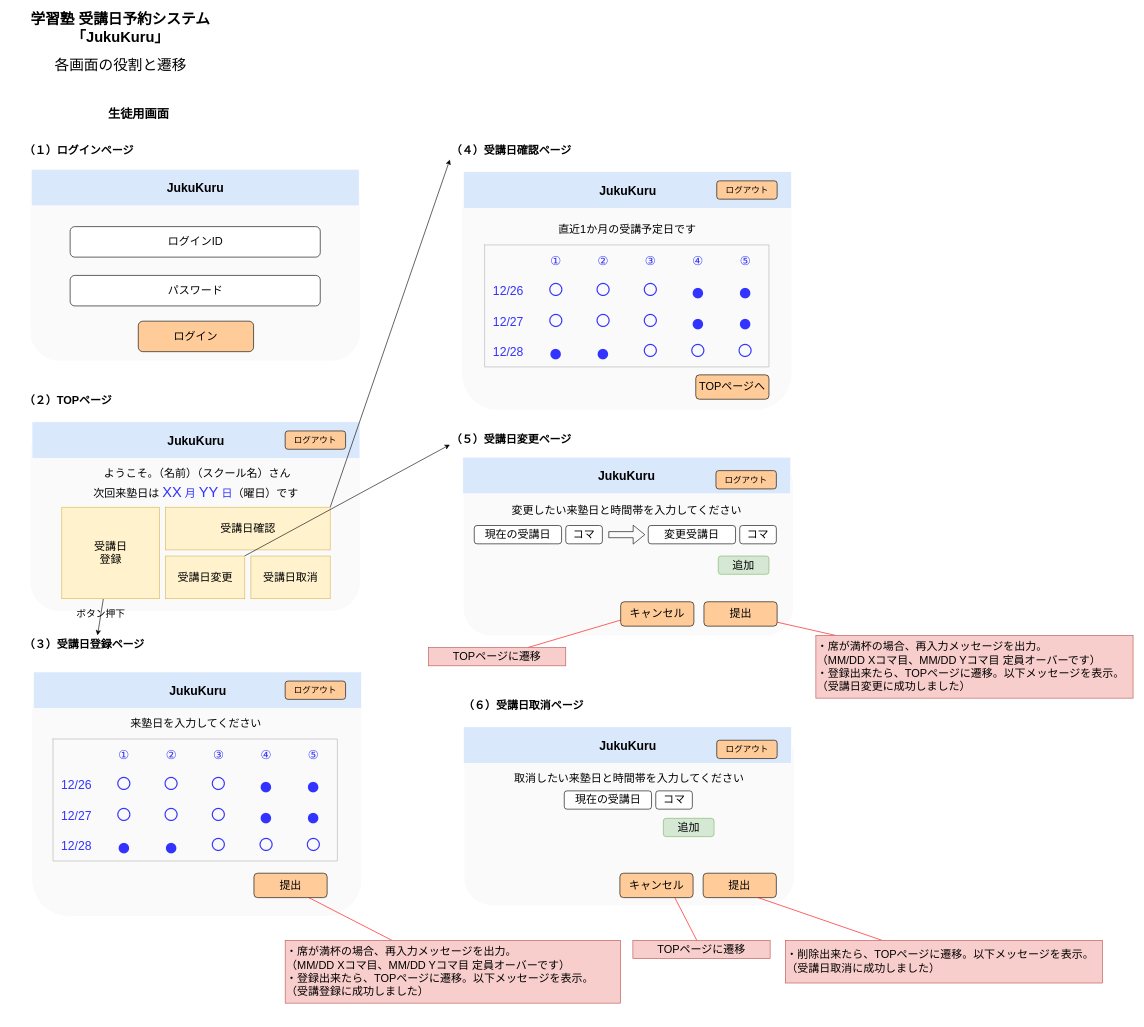
EijiToriki/JukuKuru_React-Spring keeps this draw.io diagram as 00_設計/04_基本設計_画面遷移図.drawio. Above is the earlier version. Source tidied: cells renumbered, new cells numbered last; positions are measured from the earlier drawing's top-left corner, leaving out a move shared by most shapes. Both pictures are drawn from the tidied source at 61%, with x=0, y=0 at pixel (10, 19).
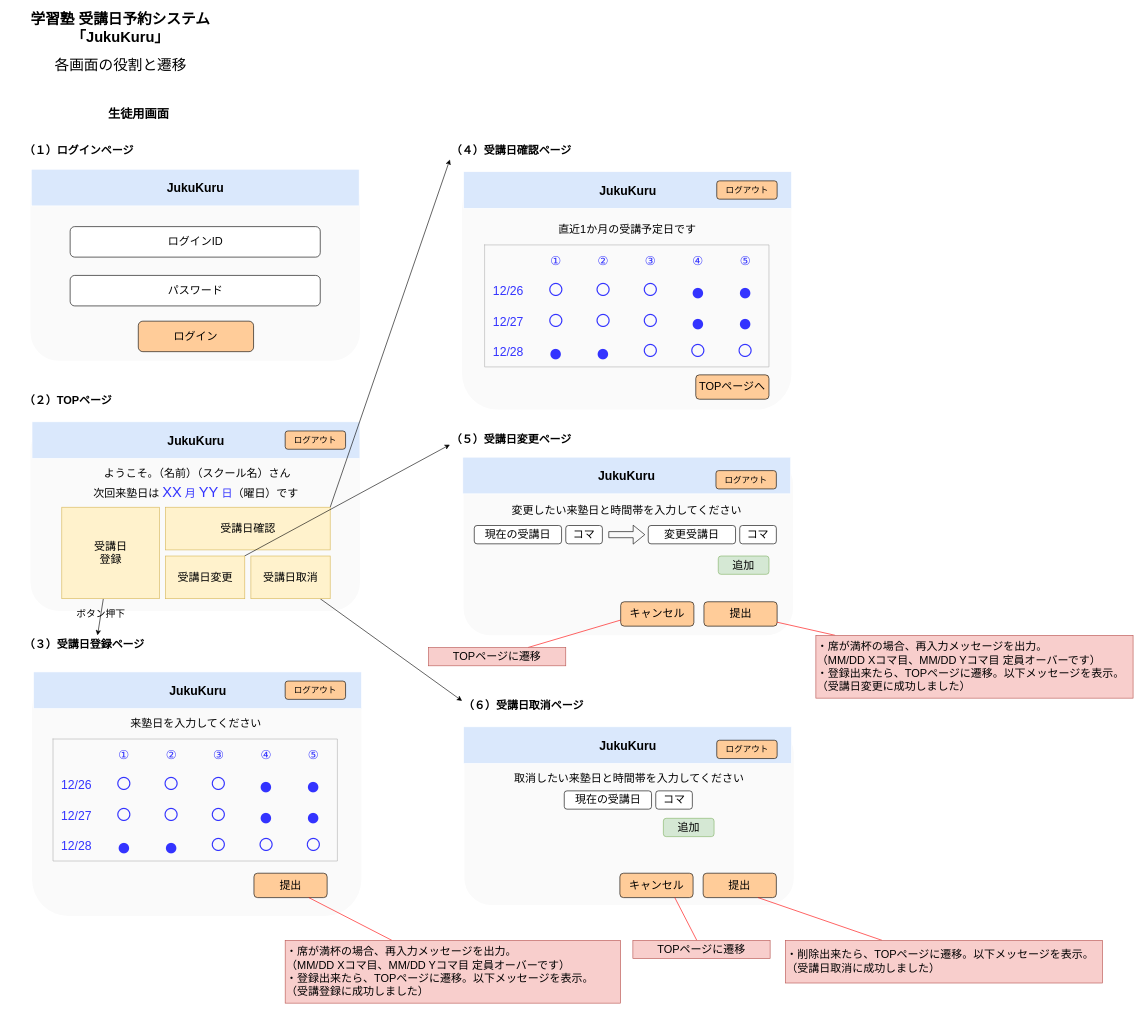
After the change.

Unchanged cells that the change refers to:
```xml
<mxCell id="23" value="受講日取消" style="rounded=0;whiteSpace=wrap;html=1;fontSize=18;fillColor=#fff2cc;strokeColor=#d6b656;" parent="1" vertex="1">
  <mxGeometry x="393.8" y="880" width="130" height="70" as="geometry" />
</mxCell>
<mxCell id="114" value="&lt;font style=&quot;font-size: 18px;&quot;&gt;（６）受講日取消ページ&lt;/font&gt;" style="text;html=1;strokeColor=none;fillColor=none;align=left;verticalAlign=middle;whiteSpace=wrap;rounded=0;fontStyle=1;" parent="1" vertex="1">
  <mxGeometry x="740" y="1110" width="210" height="30" as="geometry" />
</mxCell>
```

Change to the diagram source:
```diff
@@
+    <mxCell id="129" style="edgeStyle=none;html=1;entryX=0;entryY=0.25;entryDx=0;entryDy=0;" parent="1" edge="1" source="23" target="114">
+      <mxGeometry relative="1" as="geometry" />
+    </mxCell>
```
